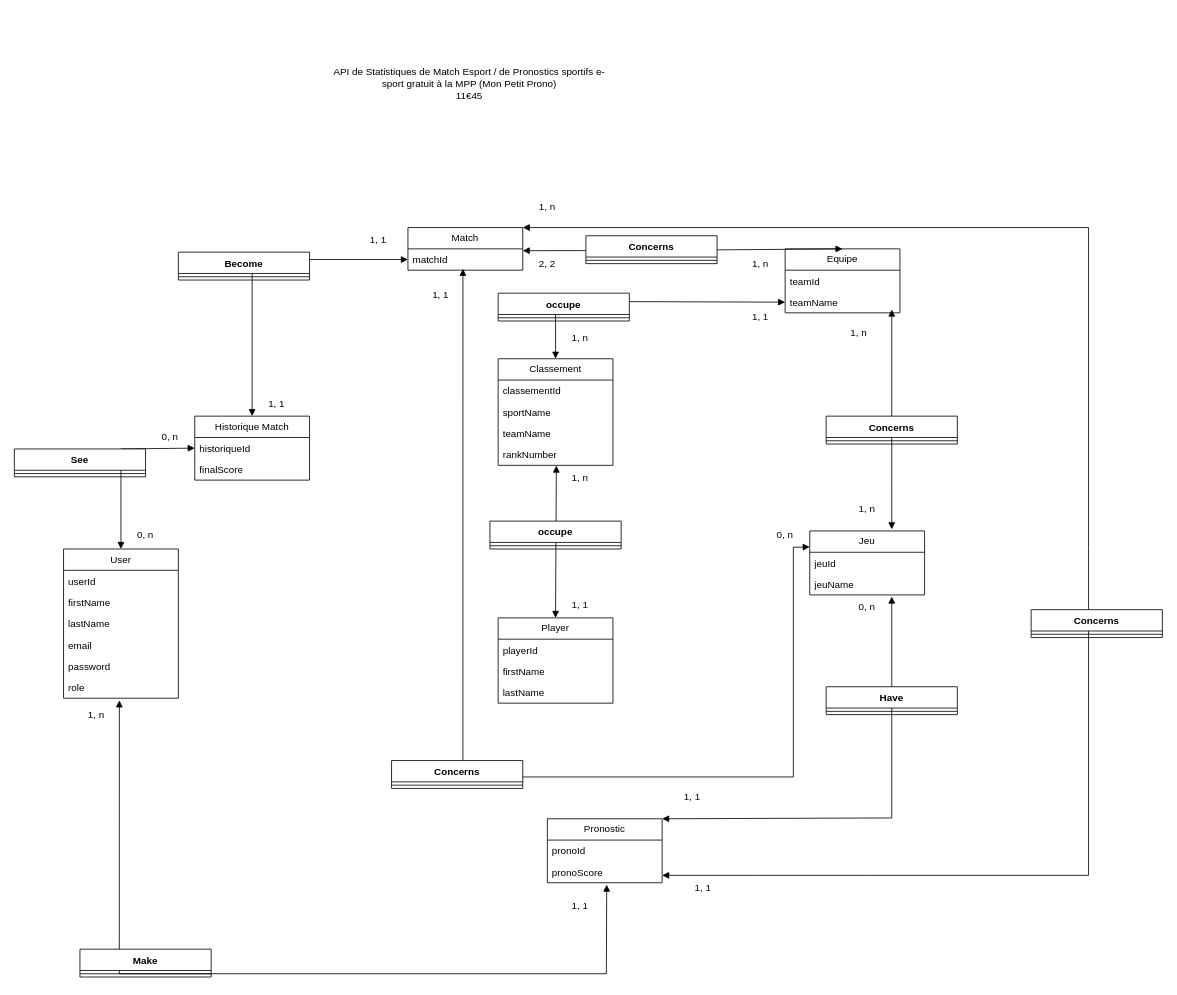
This is api/MCD API Statistiques Matchs Esport.drawio from Evan-Duval/Langage-PHP, a draw.io file, before an edit. Source tidied: cells renumbered, new cells numbered last; positions are measured from the earlier drawing's top-left corner, leaving out a move shared by most shapes. Both pictures are drawn from the tidied source at 82%, with x=0, y=0 at pixel (14, 14).
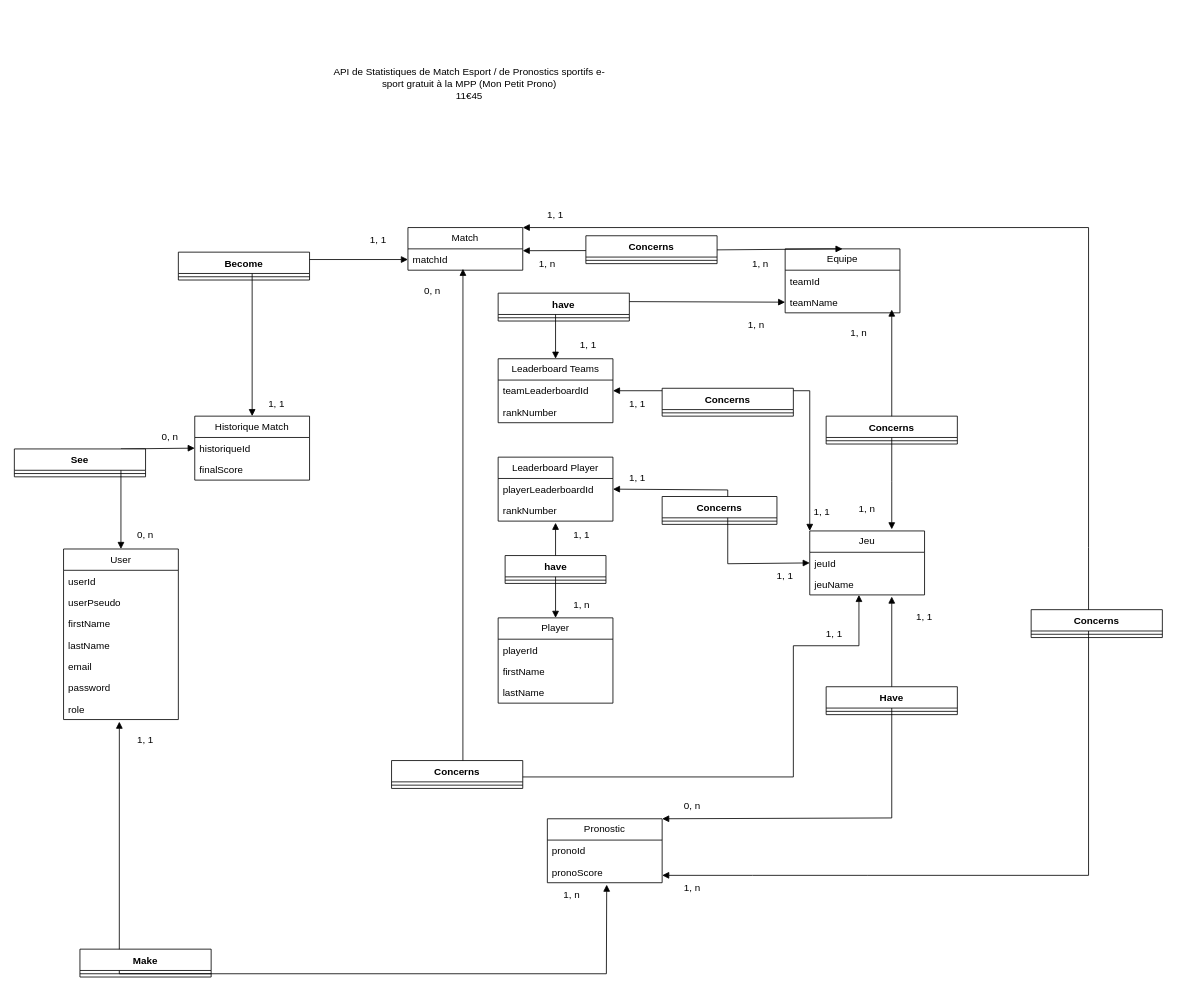
Above is the later version.

Commit message (it also covers changes not shown here):
Mettre à jour MCD API Statistiques Matchs Esport.drawio

Unchanged cells that the change refers to:
```xml
<mxCell id="18" value="Jeu" style="swimlane;fontStyle=0;horizontal=1;startSize=26;fillColor=none;whiteSpace=wrap;html=1;" parent="1" vertex="1">
  <mxGeometry x="970" y="630" width="140" height="78" as="geometry" />
</mxCell>
<mxCell id="19" value="jeuId" style="text;strokeColor=none;fillColor=none;align=left;verticalAlign=top;spacingLeft=4;spacingRight=4;overflow=hidden;points=[[0,0.5],[1,0.5]];portConstraint=eastwest;whiteSpace=wrap;html=1;" parent="18" vertex="1">
  <mxGeometry y="26" width="140" height="26" as="geometry" />
</mxCell>
<mxCell id="24" value="Player" style="swimlane;fontStyle=0;horizontal=1;startSize=26;fillColor=none;whiteSpace=wrap;html=1;" parent="1" vertex="1">
  <mxGeometry x="590" y="736" width="140" height="104" as="geometry" />
</mxCell>
<mxCell id="32" value="matchId" style="text;strokeColor=none;fillColor=none;align=left;verticalAlign=top;spacingLeft=4;spacingRight=4;overflow=hidden;points=[[0,0.5],[1,0.5]];portConstraint=eastwest;whiteSpace=wrap;html=1;" parent="31" vertex="1">
  <mxGeometry y="26" width="140" height="26" as="geometry" />
</mxCell>
```

Change to the diagram source:
```diff
@@
     <mxCell id="2" value="User" style="swimlane;fontStyle=0;horizontal=1;startSize=26;fillColor=none;whiteSpace=wrap;html=1;" parent="1" vertex="1">
-      <mxGeometry x="60" y="652" width="140" height="182" as="geometry" />
+      <mxGeometry x="60" y="652" width="140" height="208" as="geometry" />
     </mxCell>
@@
+    <mxCell id="83" value="userPseudo" style="text;strokeColor=none;fillColor=none;align=left;verticalAlign=top;spacingLeft=4;spacingRight=4;overflow=hidden;whiteSpace=wrap;html=1;" parent="2" vertex="1">
+      <mxGeometry y="52" width="140" height="26" as="geometry" />
+    </mxCell>
     <mxCell id="4" value="firstName" style="text;strokeColor=none;fillColor=none;align=left;verticalAlign=top;spacingLeft=4;spacingRight=4;overflow=hidden;whiteSpace=wrap;html=1;" parent="2" vertex="1">
-      <mxGeometry y="52" width="140" height="26" as="geometry" />
+      <mxGeometry y="78" width="140" height="26" as="geometry" />
     </mxCell>
     <mxCell id="5" value="lastName" style="text;strokeColor=none;fillColor=none;align=left;verticalAlign=top;spacingLeft=4;spacingRight=4;overflow=hidden;whiteSpace=wrap;html=1;" parent="2" vertex="1">
-      <mxGeometry y="78" width="140" height="26" as="geometry" />
+      <mxGeometry y="104" width="140" height="26" as="geometry" />
     </mxCell>
     <mxCell id="6" value="email" style="text;strokeColor=none;fillColor=none;align=left;verticalAlign=top;spacingLeft=4;spacingRight=4;overflow=hidden;whiteSpace=wrap;html=1;" parent="2" vertex="1">
-      <mxGeometry y="104" width="140" height="26" as="geometry" />
+      <mxGeometry y="130" width="140" height="26" as="geometry" />
     </mxCell>
     <mxCell id="7" value="password" style="text;strokeColor=none;fillColor=none;align=left;verticalAlign=top;spacingLeft=4;spacingRight=4;overflow=hidden;whiteSpace=wrap;html=1;" parent="2" vertex="1">
-      <mxGeometry y="130" width="140" height="26" as="geometry" />
+      <mxGeometry y="156" width="140" height="26" as="geometry" />
     </mxCell>
     <mxCell id="8" value="role" style="text;strokeColor=none;fillColor=none;align=left;verticalAlign=top;spacingLeft=4;spacingRight=4;overflow=hidden;points=[[0,0.5],[1,0.5]];portConstraint=eastwest;whiteSpace=wrap;html=1;" parent="2" vertex="1">
-      <mxGeometry y="156" width="140" height="26" as="geometry" />
+      <mxGeometry y="182" width="140" height="26" as="geometry" />
     </mxCell>
@@
-    <mxCell id="13" value="Classement" style="swimlane;fontStyle=0;horizontal=1;startSize=26;fillColor=none;whiteSpace=wrap;html=1;" parent="1" vertex="1">
-      <mxGeometry x="590" y="420" width="140" height="130" as="geometry" />
+    <mxCell id="13" value="Leaderboard Teams" style="swimlane;fontStyle=0;horizontal=1;startSize=26;fillColor=none;whiteSpace=wrap;html=1;" parent="1" vertex="1">
+      <mxGeometry x="590" y="420" width="140" height="78" as="geometry" />
     </mxCell>
-    <mxCell id="14" value="classementId" style="text;strokeColor=none;fillColor=none;align=left;verticalAlign=top;spacingLeft=4;spacingRight=4;overflow=hidden;points=[[0,0.5],[1,0.5]];portConstraint=eastwest;whiteSpace=wrap;html=1;" parent="13" vertex="1">
+    <mxCell id="14" value="teamLeaderboardId" style="text;strokeColor=none;fillColor=none;align=left;verticalAlign=top;spacingLeft=4;spacingRight=4;overflow=hidden;points=[[0,0.5],[1,0.5]];portConstraint=eastwest;whiteSpace=wrap;html=1;" parent="13" vertex="1">
       <mxGeometry y="26" width="140" height="26" as="geometry" />
     </mxCell>
-    <mxCell id="15" value="sportName" style="text;strokeColor=none;fillColor=none;align=left;verticalAlign=top;spacingLeft=4;spacingRight=4;overflow=hidden;whiteSpace=wrap;html=1;" parent="13" vertex="1">
-      <mxGeometry y="52" width="140" height="26" as="geometry" />
-    </mxCell>
-    <mxCell id="16" value="teamName" style="text;strokeColor=none;fillColor=none;align=left;verticalAlign=top;spacingLeft=4;spacingRight=4;overflow=hidden;whiteSpace=wrap;html=1;" parent="13" vertex="1">
-      <mxGeometry y="78" width="140" height="26" as="geometry" />
-    </mxCell>
     <mxCell id="17" value="rankNumber" style="text;strokeColor=none;fillColor=none;align=left;verticalAlign=top;spacingLeft=4;spacingRight=4;overflow=hidden;points=[[0,0.5],[1,0.5]];portConstraint=eastwest;whiteSpace=wrap;html=1;" parent="13" vertex="1">
-      <mxGeometry y="104" width="140" height="26" as="geometry" />
+      <mxGeometry y="52" width="140" height="26" as="geometry" />
     </mxCell>
@@
     <mxCell id="39" value="1, n" style="text;html=1;align=center;verticalAlign=middle;whiteSpace=wrap;rounded=0;" parent="1" vertex="1">
-      <mxGeometry x="70" y="840" width="60" height="30" as="geometry" />
+      <mxGeometry x="650" y="1059" width="60" height="30" as="geometry" />
     </mxCell>
     <mxCell id="40" value="1, 1" style="text;html=1;align=center;verticalAlign=middle;whiteSpace=wrap;rounded=0;" parent="1" vertex="1">
-      <mxGeometry x="660" y="1072" width="60" height="30" as="geometry" />
+      <mxGeometry x="130" y="870" width="60" height="30" as="geometry" />
     </mxCell>
     <mxCell id="41" value="1, 1" style="text;html=1;align=center;verticalAlign=middle;whiteSpace=wrap;rounded=0;" parent="1" vertex="1">
-      <mxGeometry x="797" y="940" width="60" height="30" as="geometry" />
+      <mxGeometry x="1080" y="720" width="60" height="30" as="geometry" />
     </mxCell>
     <mxCell id="42" value="0, n" style="text;html=1;align=center;verticalAlign=middle;whiteSpace=wrap;rounded=0;" parent="1" vertex="1">
-      <mxGeometry x="1010" y="708" width="60" height="30" as="geometry" />
+      <mxGeometry x="797" y="951" width="60" height="30" as="geometry" />
     </mxCell>
@@
-    <mxCell id="44" value="2, 2" style="text;html=1;align=center;verticalAlign=middle;whiteSpace=wrap;rounded=0;" parent="1" vertex="1">
+    <mxCell id="44" value="1, n" style="text;html=1;align=center;verticalAlign=middle;whiteSpace=wrap;rounded=0;" parent="1" vertex="1">
       <mxGeometry x="620" y="290" width="60" height="30" as="geometry" />
     </mxCell>
@@
     <mxCell id="49" value="1, n" style="text;html=1;align=center;verticalAlign=middle;whiteSpace=wrap;rounded=0;" parent="1" vertex="1">
-      <mxGeometry x="620" y="220" width="60" height="30" as="geometry" />
+      <mxGeometry x="797" y="1050" width="60" height="30" as="geometry" />
     </mxCell>
     <mxCell id="50" value="1, 1" style="text;html=1;align=center;verticalAlign=middle;whiteSpace=wrap;rounded=0;" parent="1" vertex="1">
-      <mxGeometry x="810" y="1050" width="60" height="30" as="geometry" />
+      <mxGeometry x="630" y="230" width="60" height="30" as="geometry" />
     </mxCell>
@@
-    <mxCell id="67" style="endArrow=block;startArrow=block;endFill=1;startFill=1;html=1;rounded=0;exitX=0.507;exitY=1.011;exitDx=0;exitDy=0;entryX=0.5;entryY=0;entryDx=0;entryDy=0;exitPerimeter=0;" parent="1" edge="1" source="17" target="24">
-      <mxGeometry relative="1" as="geometry" />
+    <mxCell id="67" style="endArrow=block;startArrow=block;endFill=1;startFill=1;html=1;rounded=0;entryX=0.5;entryY=0;entryDx=0;entryDy=0;" parent="1" edge="1" target="24">
+      <mxGeometry relative="1" as="geometry">
+        <mxPoint x="660" y="620" as="sourcePoint" />
+      </mxGeometry>
     </mxCell>
-    <mxCell id="68" value="occupe" style="swimlane;fontStyle=1;align=center;verticalAlign=top;horizontal=1;startSize=26;whiteSpace=wrap;html=1;" parent="1" vertex="1">
-      <mxGeometry x="580" y="618" width="160" height="34" as="geometry" />
+    <mxCell id="68" value="have" style="swimlane;fontStyle=1;align=center;verticalAlign=top;horizontal=1;startSize=26;whiteSpace=wrap;html=1;" parent="1" vertex="1">
+      <mxGeometry x="598.5" y="660" width="123" height="34" as="geometry" />
     </mxCell>
     <mxCell id="69" style="line;strokeWidth=1;fillColor=none;align=left;verticalAlign=middle;spacingTop=-1;spacingLeft=3;spacingRight=3;labelPosition=right;strokeColor=inherit;" parent="68" vertex="1">
-      <mxGeometry y="26" width="160" height="8" as="geometry" />
+      <mxGeometry y="26" width="123" height="8" as="geometry" />
     </mxCell>
@@
-    <mxCell id="71" value="occupe" style="swimlane;fontStyle=1;align=center;verticalAlign=top;horizontal=1;startSize=26;whiteSpace=wrap;html=1;" parent="1" vertex="1">
+    <mxCell id="71" value="have" style="swimlane;fontStyle=1;align=center;verticalAlign=top;horizontal=1;startSize=26;whiteSpace=wrap;html=1;" parent="1" vertex="1">
       <mxGeometry x="590" y="340" width="160" height="34" as="geometry" />
     </mxCell>
@@
     <mxCell id="73" value="1, 1" style="text;html=1;align=center;verticalAlign=middle;whiteSpace=wrap;rounded=0;" parent="1" vertex="1">
-      <mxGeometry x="880" y="356" width="60" height="26" as="geometry" />
+      <mxGeometry x="670" y="390" width="60" height="26" as="geometry" />
     </mxCell>
     <mxCell id="74" value="1, 1" style="text;html=1;align=center;verticalAlign=middle;whiteSpace=wrap;rounded=0;" parent="1" vertex="1">
-      <mxGeometry x="660" y="706" width="60" height="30" as="geometry" />
+      <mxGeometry x="661.5" y="620" width="60" height="30" as="geometry" />
     </mxCell>
     <mxCell id="75" value="1, n" style="text;html=1;align=center;verticalAlign=middle;whiteSpace=wrap;rounded=0;" parent="1" vertex="1">
-      <mxGeometry x="660" y="550" width="60" height="30" as="geometry" />
+      <mxGeometry x="661.5" y="706" width="60" height="30" as="geometry" />
     </mxCell>
     <mxCell id="76" value="1, n" style="text;html=1;align=center;verticalAlign=middle;whiteSpace=wrap;rounded=0;" parent="1" vertex="1">
-      <mxGeometry x="665" y="380" width="50" height="30" as="geometry" />
+      <mxGeometry x="880" y="364" width="50" height="30" as="geometry" />
     </mxCell>
-    <mxCell id="77" style="endArrow=block;startArrow=block;endFill=1;startFill=1;html=1;rounded=0;exitX=0.479;exitY=0.934;exitDx=0;exitDy=0;entryX=0;entryY=0.25;entryDx=0;entryDy=0;exitPerimeter=0;" parent="1" edge="1" source="32" target="18">
+    <mxCell id="77" style="endArrow=block;startArrow=block;endFill=1;startFill=1;html=1;rounded=0;exitX=0.479;exitY=0.934;exitDx=0;exitDy=0;exitPerimeter=0;" parent="1" edge="1" source="32">
       <mxGeometry relative="1" as="geometry">
+        <mxPoint x="1030" y="708" as="targetPoint" />
         <Array as="points">
           <mxPoint x="547" y="930" />
           <mxPoint x="950" y="930" />
-          <mxPoint x="950" y="650" />
+          <mxPoint x="950" y="770" />
+          <mxPoint x="1030" y="770" />
         </Array>
       </mxGeometry>
     </mxCell>
@@
     <mxCell id="81" value="0, n" style="text;html=1;align=center;verticalAlign=middle;whiteSpace=wrap;rounded=0;" parent="1" vertex="1">
-      <mxGeometry x="910" y="622" width="60" height="26" as="geometry" />
+      <mxGeometry x="480" y="324" width="60" height="26" as="geometry" />
     </mxCell>
     <mxCell id="82" value="1, 1" style="text;html=1;align=center;verticalAlign=middle;whiteSpace=wrap;rounded=0;" parent="1" vertex="1">
-      <mxGeometry x="490" y="330" width="60" height="26" as="geometry" />
+      <mxGeometry x="970" y="743" width="60" height="26" as="geometry" />
     </mxCell>
+    <mxCell id="84" value="Leaderboard Player" style="swimlane;fontStyle=0;horizontal=1;startSize=26;fillColor=none;whiteSpace=wrap;html=1;" parent="1" vertex="1">
+      <mxGeometry x="590" y="540" width="140" height="78" as="geometry" />
+    </mxCell>
+    <mxCell id="85" value="playerLeaderboardId" style="text;strokeColor=none;fillColor=none;align=left;verticalAlign=top;spacingLeft=4;spacingRight=4;overflow=hidden;points=[[0,0.5],[1,0.5]];portConstraint=eastwest;whiteSpace=wrap;html=1;" parent="84" vertex="1">
+      <mxGeometry y="26" width="140" height="26" as="geometry" />
+    </mxCell>
+    <mxCell id="86" value="rankNumber" style="text;strokeColor=none;fillColor=none;align=left;verticalAlign=top;spacingLeft=4;spacingRight=4;overflow=hidden;whiteSpace=wrap;html=1;" parent="84" vertex="1">
+      <mxGeometry y="52" width="140" height="26" as="geometry" />
+    </mxCell>
+    <mxCell id="87" style="endArrow=block;startArrow=block;endFill=1;startFill=1;html=1;rounded=0;exitX=1;exitY=0.5;exitDx=0;exitDy=0;entryX=0;entryY=0;entryDx=0;entryDy=0;" parent="1" edge="1" source="14" target="18">
+      <mxGeometry relative="1" as="geometry">
+        <Array as="points">
+          <mxPoint x="970" y="459" />
+        </Array>
+      </mxGeometry>
+    </mxCell>
+    <mxCell id="88" value="Concerns" style="swimlane;fontStyle=1;align=center;verticalAlign=top;horizontal=1;startSize=26;whiteSpace=wrap;html=1;" parent="1" vertex="1">
+      <mxGeometry x="790" y="456" width="160" height="34" as="geometry" />
+    </mxCell>
+    <mxCell id="89" style="line;strokeWidth=1;fillColor=none;align=left;verticalAlign=middle;spacingTop=-1;spacingLeft=3;spacingRight=3;labelPosition=right;strokeColor=inherit;" parent="88" vertex="1">
+      <mxGeometry y="26" width="160" height="8" as="geometry" />
+    </mxCell>
+    <mxCell id="90" style="endArrow=block;startArrow=block;endFill=1;startFill=1;html=1;rounded=0;exitX=1;exitY=0.5;exitDx=0;exitDy=0;entryX=0;entryY=0.5;entryDx=0;entryDy=0;" parent="1" edge="1" source="85" target="19">
+      <mxGeometry relative="1" as="geometry">
+        <Array as="points">
+          <mxPoint x="870" y="580" />
+          <mxPoint x="870" y="670" />
+        </Array>
+      </mxGeometry>
+    </mxCell>
+    <mxCell id="91" value="Concerns" style="swimlane;fontStyle=1;align=center;verticalAlign=top;horizontal=1;startSize=26;whiteSpace=wrap;html=1;" parent="1" vertex="1">
+      <mxGeometry x="790" y="588" width="140" height="34" as="geometry" />
+    </mxCell>
+    <mxCell id="92" style="line;strokeWidth=1;fillColor=none;align=left;verticalAlign=middle;spacingTop=-1;spacingLeft=3;spacingRight=3;labelPosition=right;strokeColor=inherit;" parent="91" vertex="1">
+      <mxGeometry y="26" width="140" height="8" as="geometry" />
+    </mxCell>
+    <mxCell id="93" value="1, 1" style="text;html=1;align=center;verticalAlign=middle;whiteSpace=wrap;rounded=0;" parent="1" vertex="1">
+      <mxGeometry x="730" y="550" width="60" height="30" as="geometry" />
+    </mxCell>
+    <mxCell id="94" value="1, 1" style="text;html=1;align=center;verticalAlign=middle;whiteSpace=wrap;rounded=0;" parent="1" vertex="1">
+      <mxGeometry x="910" y="670" width="60" height="30" as="geometry" />
+    </mxCell>
+    <mxCell id="95" value="1, 1" style="text;html=1;align=center;verticalAlign=middle;whiteSpace=wrap;rounded=0;" parent="1" vertex="1">
+      <mxGeometry x="730" y="460" width="60" height="30" as="geometry" />
+    </mxCell>
+    <mxCell id="96" value="1, 1" style="text;html=1;align=center;verticalAlign=middle;whiteSpace=wrap;rounded=0;" parent="1" vertex="1">
+      <mxGeometry x="960" y="592" width="50" height="30" as="geometry" />
+    </mxCell>
```
